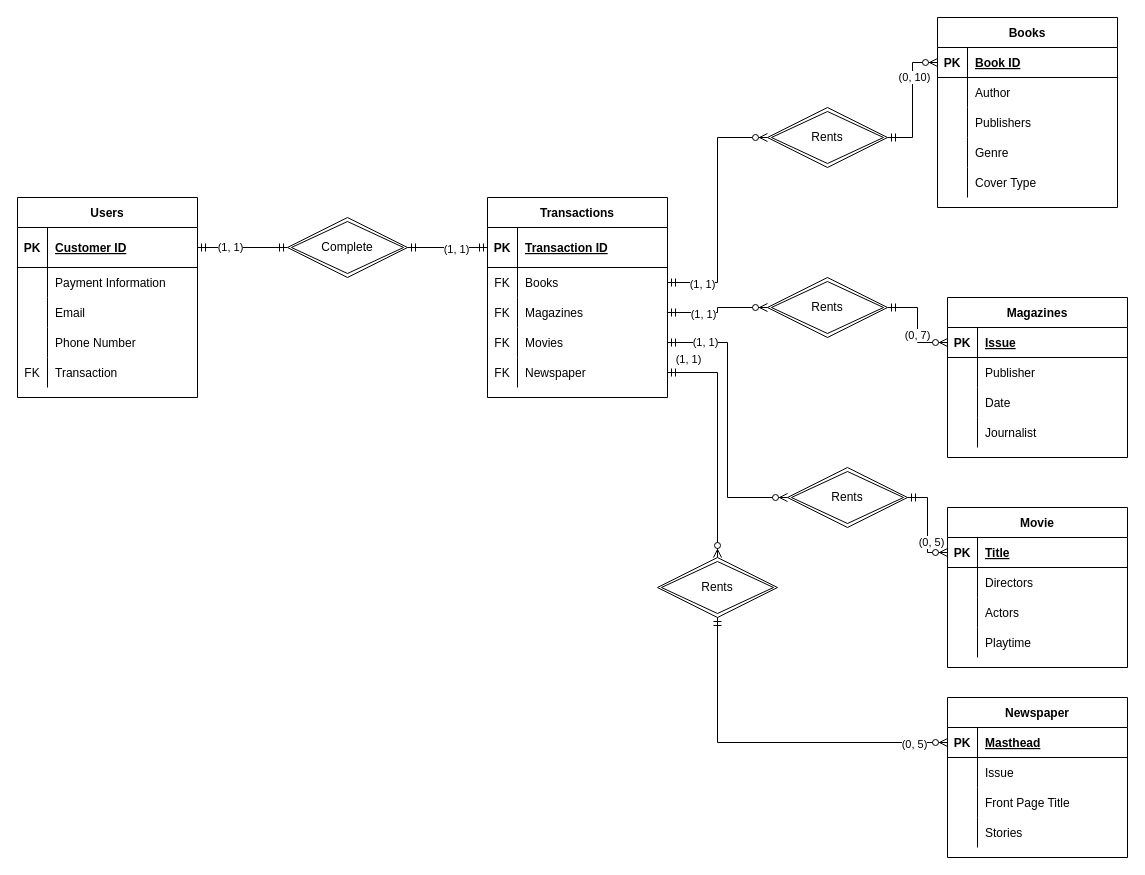
The draw.io diagram Images/Group Assignment 2.drawio in jmr7006/ISTCOURSE, before the edit. Source tidied: cells renumbered, new cells numbered last; positions are measured from the earlier drawing's top-left corner, leaving out a move shared by most shapes. Both pictures are drawn from the tidied source at 100%, with x=0, y=0 at pixel (17, 17).
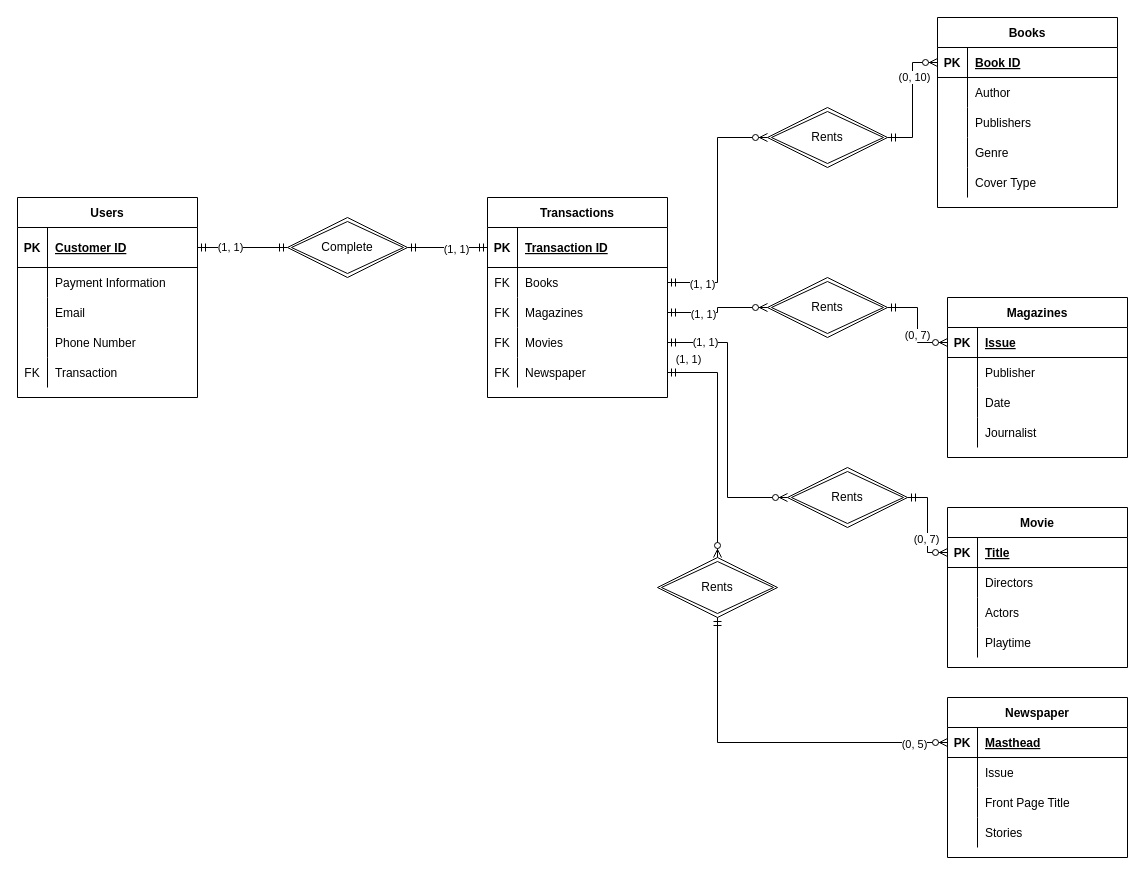
The same diagram, later.

Unchanged cells that the change refers to:
```xml
<mxCell id="103" style="edgeStyle=orthogonalEdgeStyle;rounded=0;jettySize=auto;html=1;exitX=0;exitY=0.5;exitDx=0;exitDy=0;entryX=1;entryY=0.5;entryDx=0;entryDy=0;startArrow=ERzeroToMany;startFill=1;endArrow=ERmandOne;endFill=0;" parent="1" edge="1" source="35" target="94">
  <mxGeometry relative="1" as="geometry" />
</mxCell>
```

What changed in the source:
```diff
@@
-    <mxCell id="104" value="(0, 5)" style="edgeLabel;html=1;align=center;verticalAlign=middle;" parent="103" vertex="1">
-      <mxGeometry x="-0.64" y="-11" relative="1" as="geometry" />
-    </mxCell>
+    <mxCell id="114" value="(0, 7)" style="edgeLabel;html=1;align=center;verticalAlign=middle;" parent="103" vertex="1">
+      <mxGeometry x="-0.58" y="-14" relative="1" as="geometry">
+        <mxPoint x="-16" y="-14" as="offset" />
+      </mxGeometry>
+    </mxCell>
```
